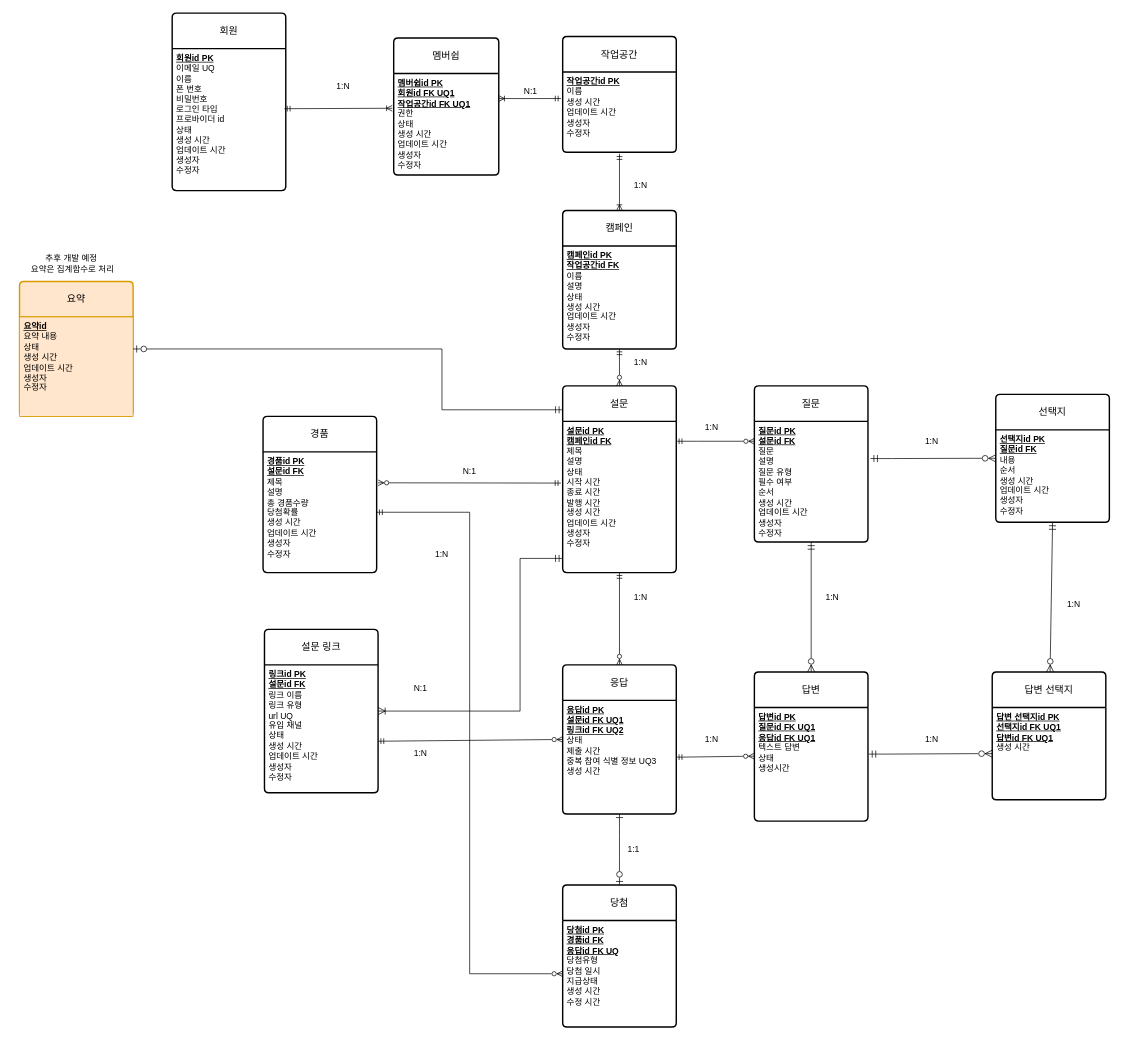
Before: docs/database/logical-erd.drawio in lilsooin/insight-platform, a draw.io diagram. Source tidied: cells renumbered, new cells numbered last; positions are measured from the earlier drawing's top-left corner, leaving out a move shared by most shapes. Both pictures are drawn from the tidied source at 71%, with x=0, y=0 at pixel (12, 13).
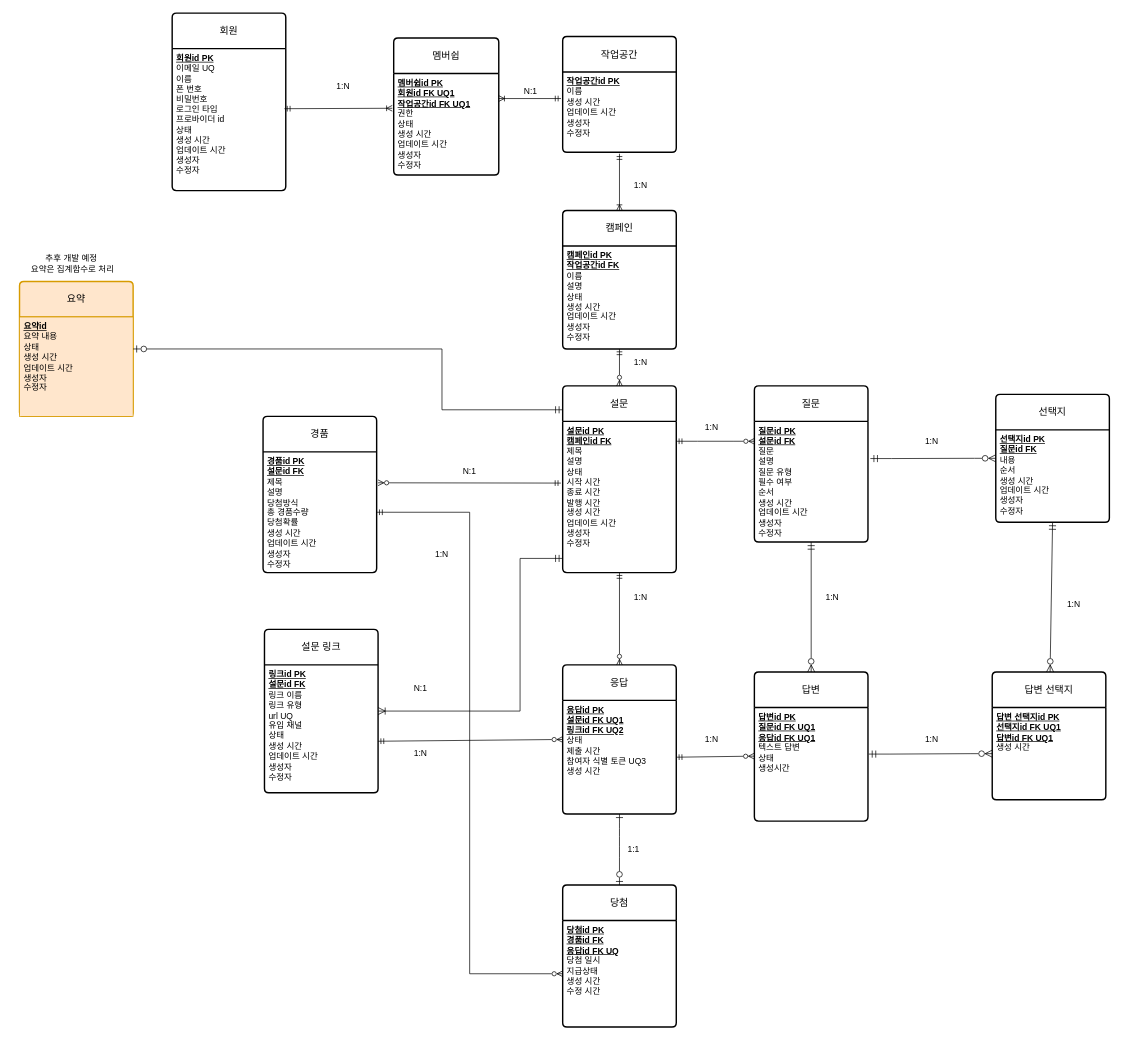
The same page after the edit.

Commit message (it also covers changes not shown here):
docs: add initial logical ERD2

The change refers to these unchanged cells:
```xml
<mxCell id="4" value="응답" style="swimlane;horizontal=1;startSize=50;rounded=1;fontSize=14;fontStyle=0;strokeWidth=2;shadow=0;dashed=0;align=center;arcSize=4;whiteSpace=wrap;html=1;" parent="1" vertex="1">
  <mxGeometry x="775" y="918" width="160" height="210" as="geometry" />
</mxCell>
<mxCell id="44" value="경품" style="swimlane;horizontal=1;startSize=50;rounded=1;fontSize=14;fontStyle=0;strokeWidth=2;shadow=0;dashed=0;align=center;arcSize=4;whiteSpace=wrap;html=1;" parent="1" vertex="1">
  <mxGeometry x="353" y="568" width="160" height="220" as="geometry" />
</mxCell>
<mxCell id="46" value="당첨" style="swimlane;horizontal=1;startSize=50;rounded=1;fontSize=14;fontStyle=0;strokeWidth=2;shadow=0;dashed=0;align=center;arcSize=4;whiteSpace=wrap;html=1;" parent="1" vertex="1">
  <mxGeometry x="775" y="1228" width="160" height="200" as="geometry" />
</mxCell>
```

Diff of the diagram source:
```diff
@@
-    <mxCell id="5" value="&lt;div&gt;&lt;u&gt;&lt;b&gt;응답id PK&lt;/b&gt;&lt;/u&gt;&lt;/div&gt;&lt;div&gt;&lt;div&gt;&lt;u&gt;&lt;b&gt;설문id FK UQ1&lt;/b&gt;&lt;/u&gt;&lt;/div&gt;&lt;div&gt;&lt;/div&gt;&lt;/div&gt;&lt;div&gt;&lt;div&gt;&lt;u&gt;&lt;b&gt;링크id FK UQ2&lt;/b&gt;&lt;/u&gt;&lt;/div&gt;&lt;/div&gt;&lt;div&gt;&lt;div&gt;상태&lt;/div&gt;&lt;div&gt;제출 시간&lt;/div&gt;&lt;div&gt;&lt;span style=&quot;background-color: transparent; color: light-dark(#000000, var(--ge-light-color, #ffffff));&quot;&gt;중복 참여 식별 정보 UQ3&lt;/span&gt;&lt;/div&gt;&lt;div&gt;&lt;div&gt;생성 시간&lt;/div&gt;&lt;div&gt;&lt;br&gt;&lt;/div&gt;&lt;/div&gt;&lt;div&gt;&lt;div&gt;&lt;br&gt;&lt;/div&gt;&lt;/div&gt;&lt;div&gt;&lt;br&gt;&lt;/div&gt;&lt;/div&gt;" style="align=left;strokeColor=none;fillColor=none;spacingLeft=4;spacingRight=4;fontSize=12;verticalAlign=top;html=1;whiteSpace=wrap;" parent="4" vertex="1">
+    <mxCell id="5" value="&lt;div&gt;&lt;u&gt;&lt;b&gt;응답id PK&lt;/b&gt;&lt;/u&gt;&lt;/div&gt;&lt;div&gt;&lt;div&gt;&lt;u&gt;&lt;b&gt;설문id FK UQ1&lt;/b&gt;&lt;/u&gt;&lt;/div&gt;&lt;div&gt;&lt;/div&gt;&lt;/div&gt;&lt;div&gt;&lt;div&gt;&lt;u&gt;&lt;b&gt;링크id FK UQ2&lt;/b&gt;&lt;/u&gt;&lt;/div&gt;&lt;/div&gt;&lt;div&gt;&lt;div&gt;상태&lt;/div&gt;&lt;div&gt;제출 시간&lt;/div&gt;&lt;div&gt;&lt;span style=&quot;background-color: transparent; color: light-dark(#000000, var(--ge-light-color, #ffffff));&quot;&gt;참여자 식별 토큰&lt;/span&gt;&lt;span style=&quot;background-color: transparent; color: light-dark(#000000, var(--ge-light-color, #ffffff));&quot;&gt;&amp;nbsp;UQ3&lt;/span&gt;&lt;/div&gt;&lt;div&gt;&lt;div&gt;생성 시간&lt;/div&gt;&lt;div&gt;&lt;br&gt;&lt;/div&gt;&lt;/div&gt;&lt;div&gt;&lt;div&gt;&lt;br&gt;&lt;/div&gt;&lt;/div&gt;&lt;div&gt;&lt;br&gt;&lt;/div&gt;&lt;/div&gt;" style="align=left;strokeColor=none;fillColor=none;spacingLeft=4;spacingRight=4;fontSize=12;verticalAlign=top;html=1;whiteSpace=wrap;" parent="4" vertex="1">
       <mxGeometry y="50" width="160" height="160" as="geometry" />
     </mxCell>
@@
-    <mxCell id="45" value="&lt;div&gt;&lt;u&gt;&lt;b&gt;경품id PK&lt;/b&gt;&lt;/u&gt;&lt;/div&gt;&lt;div&gt;&lt;div&gt;&lt;u&gt;&lt;b&gt;설문id FK&lt;/b&gt;&lt;/u&gt;&lt;/div&gt;&lt;div&gt;&lt;/div&gt;&lt;/div&gt;&lt;div&gt;제목&lt;/div&gt;&lt;div&gt;설명&lt;/div&gt;&lt;div&gt;총 경품수량&lt;/div&gt;&lt;div&gt;&lt;span style=&quot;background-color: transparent; color: light-dark(#000000, var(--ge-light-color, #ffffff));&quot;&gt;당첨확률&lt;/span&gt;&lt;/div&gt;&lt;div&gt;&lt;span style=&quot;background-color: transparent; color: light-dark(#000000, var(--ge-light-color, #ffffff));&quot;&gt;생성 시간&lt;/span&gt;&lt;/div&gt;&lt;div&gt;업데이트 시간&lt;/div&gt;&lt;div&gt;&lt;div&gt;&lt;div&gt;생성자&lt;/div&gt;&lt;div&gt;수정자&lt;/div&gt;&lt;/div&gt;&lt;div&gt;&lt;br&gt;&lt;/div&gt;&lt;/div&gt;&lt;div&gt;&lt;br&gt;&lt;/div&gt;" style="align=left;strokeColor=none;fillColor=none;spacingLeft=4;spacingRight=4;fontSize=12;verticalAlign=top;html=1;whiteSpace=wrap;" parent="44" vertex="1">
+    <mxCell id="45" value="&lt;div&gt;&lt;u&gt;&lt;b&gt;경품id PK&lt;/b&gt;&lt;/u&gt;&lt;/div&gt;&lt;div&gt;&lt;div&gt;&lt;u&gt;&lt;b&gt;설문id FK&lt;/b&gt;&lt;/u&gt;&lt;/div&gt;&lt;div&gt;&lt;/div&gt;&lt;/div&gt;&lt;div&gt;제목&lt;/div&gt;&lt;div&gt;설명&lt;/div&gt;&lt;div&gt;당첨방식&lt;/div&gt;&lt;div&gt;총 경품수량&lt;/div&gt;&lt;div&gt;&lt;span style=&quot;background-color: transparent; color: light-dark(#000000, var(--ge-light-color, #ffffff));&quot;&gt;당첨확률&lt;/span&gt;&lt;/div&gt;&lt;div&gt;&lt;span style=&quot;background-color: transparent; color: light-dark(#000000, var(--ge-light-color, #ffffff));&quot;&gt;생성 시간&lt;/span&gt;&lt;/div&gt;&lt;div&gt;업데이트 시간&lt;/div&gt;&lt;div&gt;&lt;div&gt;&lt;div&gt;생성자&lt;/div&gt;&lt;div&gt;수정자&lt;/div&gt;&lt;/div&gt;&lt;div&gt;&lt;br&gt;&lt;/div&gt;&lt;/div&gt;&lt;div&gt;&lt;br&gt;&lt;/div&gt;" style="align=left;strokeColor=none;fillColor=none;spacingLeft=4;spacingRight=4;fontSize=12;verticalAlign=top;html=1;whiteSpace=wrap;" parent="44" vertex="1">
       <mxGeometry y="50" width="160" height="170" as="geometry" />
     </mxCell>
@@
-    <mxCell id="47" value="&lt;div&gt;&lt;u&gt;&lt;b&gt;당첨id PK&lt;/b&gt;&lt;/u&gt;&lt;/div&gt;&lt;div&gt;&lt;div&gt;&lt;u&gt;&lt;b&gt;경품id FK&lt;/b&gt;&lt;/u&gt;&lt;/div&gt;&lt;div&gt;&lt;div&gt;&lt;u&gt;&lt;b&gt;응답id FK UQ&lt;/b&gt;&lt;/u&gt;&lt;/div&gt;&lt;div&gt;&lt;/div&gt;&lt;/div&gt;&lt;div&gt;&lt;/div&gt;&lt;/div&gt;&lt;div&gt;당첨유형&lt;/div&gt;&lt;div&gt;당첨 일시&lt;/div&gt;&lt;div&gt;지급상태&lt;/div&gt;&lt;div&gt;&lt;span style=&quot;background-color: transparent; color: light-dark(#000000, var(--ge-light-color, #ffffff));&quot;&gt;생성 시간&lt;/span&gt;&lt;/div&gt;&lt;div&gt;&lt;span style=&quot;background-color: transparent; color: light-dark(#000000, var(--ge-light-color, #ffffff));&quot;&gt;수정 시간&lt;/span&gt;&lt;/div&gt;&lt;div&gt;&lt;br&gt;&lt;/div&gt;&lt;div&gt;&lt;br&gt;&lt;/div&gt;&lt;div&gt;&lt;div&gt;&lt;br&gt;&lt;/div&gt;&lt;/div&gt;&lt;div&gt;&lt;br&gt;&lt;/div&gt;" style="align=left;strokeColor=none;fillColor=none;spacingLeft=4;spacingRight=4;fontSize=12;verticalAlign=top;html=1;whiteSpace=wrap;" parent="46" vertex="1">
+    <mxCell id="47" value="&lt;div&gt;&lt;u&gt;&lt;b&gt;당첨id PK&lt;/b&gt;&lt;/u&gt;&lt;/div&gt;&lt;div&gt;&lt;div&gt;&lt;u&gt;&lt;b&gt;경품id FK&lt;/b&gt;&lt;/u&gt;&lt;/div&gt;&lt;div&gt;&lt;div&gt;&lt;u&gt;&lt;b&gt;응답id FK UQ&lt;/b&gt;&lt;/u&gt;&lt;/div&gt;&lt;/div&gt;&lt;/div&gt;&lt;div&gt;당첨 일시&lt;/div&gt;&lt;div&gt;지급상태&lt;/div&gt;&lt;div&gt;&lt;span style=&quot;background-color: transparent; color: light-dark(#000000, var(--ge-light-color, #ffffff));&quot;&gt;생성 시간&lt;/span&gt;&lt;/div&gt;&lt;div&gt;&lt;span style=&quot;background-color: transparent; color: light-dark(#000000, var(--ge-light-color, #ffffff));&quot;&gt;수정 시간&lt;/span&gt;&lt;/div&gt;&lt;div&gt;&lt;br&gt;&lt;/div&gt;&lt;div&gt;&lt;br&gt;&lt;/div&gt;&lt;div&gt;&lt;div&gt;&lt;br&gt;&lt;/div&gt;&lt;/div&gt;&lt;div&gt;&lt;br&gt;&lt;/div&gt;" style="align=left;strokeColor=none;fillColor=none;spacingLeft=4;spacingRight=4;fontSize=12;verticalAlign=top;html=1;whiteSpace=wrap;" parent="46" vertex="1">
       <mxGeometry y="50" width="160" height="150" as="geometry" />
     </mxCell>
```
